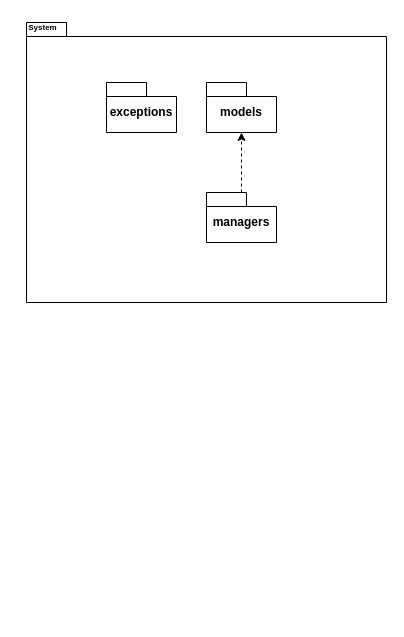
Before: projeto/diagrama_de_pacotes/diagrama_de_pacotes_sistema.drawio in pucmg-2023-02-lps-g2/VGS-Projeto-02, a draw.io diagram. Source tidied: cells renumbered, new cells numbered last; positions are measured from the earlier drawing's top-left corner, leaving out a move shared by most shapes. Both pictures are drawn from the tidied source at 100%, with x=0, y=0 at pixel (17, 17).
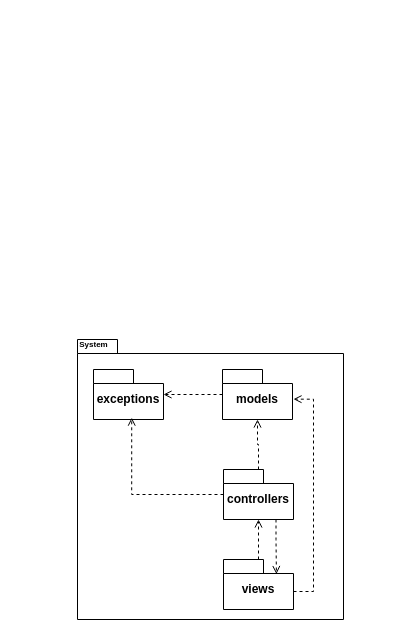
The same diagram, later.

Commit message (it also covers changes not shown here):
Corrigido Diagrama de Pacotes

Change to the diagram source:
```diff
@@
 <mxGraphModel>
   <root>
     <mxCell id="0" />
     <mxCell id="1" parent="0" />
     <mxCell id="2" style="shape=folder;fontStyle=1;spacingTop=10;tabWidth=40;tabHeight=14;tabPosition=left;html=1;whiteSpace=wrap;" parent="1" vertex="1">
-      <mxGeometry x="9" y="5" width="360" height="280" as="geometry" />
+      <mxGeometry x="60" y="322" width="266" height="280" as="geometry" />
     </mxCell>
     <mxCell id="3" value="exceptions" style="shape=folder;fontStyle=1;spacingTop=10;tabWidth=40;tabHeight=14;tabPosition=left;html=1;whiteSpace=wrap;" parent="1" vertex="1">
-      <mxGeometry x="89" y="65" width="70" height="50" as="geometry" />
+      <mxGeometry x="76" y="352" width="70" height="50" as="geometry" />
     </mxCell>
+    <mxCell id="8" style="edgeStyle=orthogonalEdgeStyle;rounded=0;jettySize=auto;html=1;endArrow=open;endFill=0;dashed=1;" parent="1" edge="1" source="4" target="3">
+      <mxGeometry relative="1" as="geometry" />
+    </mxCell>
     <mxCell id="4" value="&lt;div&gt;models&lt;/div&gt;" style="shape=folder;fontStyle=1;spacingTop=10;tabWidth=40;tabHeight=14;tabPosition=left;html=1;whiteSpace=wrap;" parent="1" vertex="1">
-      <mxGeometry x="189" y="65" width="70" height="50" as="geometry" />
+      <mxGeometry x="205" y="352" width="70" height="50" as="geometry" />
     </mxCell>
-    <mxCell id="5" style="edgeStyle=orthogonalEdgeStyle;rounded=0;jettySize=auto;html=1;dashed=1;" parent="1" edge="1" source="6" target="4">
-      <mxGeometry relative="1" as="geometry" />
-    </mxCell>
-    <mxCell id="6" value="managers" style="shape=folder;fontStyle=1;spacingTop=10;tabWidth=40;tabHeight=14;tabPosition=left;html=1;whiteSpace=wrap;" parent="1" vertex="1">
-      <mxGeometry x="189" y="175" width="70" height="50" as="geometry" />
-    </mxCell>
     <mxCell id="7" value="&lt;div style=&quot;font-size: 8px;&quot;&gt;System&lt;/div&gt;" style="text;html=1;align=center;verticalAlign=middle;strokeColor=none;fillColor=none;fontStyle=1;fontSize=8;" parent="1" vertex="1">
-      <mxGeometry width="50" height="20" as="geometry" />
+      <mxGeometry x="51" y="317" width="50" height="20" as="geometry" />
     </mxCell>
+    <mxCell id="9" style="edgeStyle=orthogonalEdgeStyle;rounded=0;jettySize=auto;html=1;entryX=0.5;entryY=1;entryDx=0;entryDy=0;entryPerimeter=0;dashed=1;endArrow=open;endFill=0;" parent="1" edge="1" source="11" target="15">
+      <mxGeometry relative="1" as="geometry" />
+    </mxCell>
+    <mxCell id="10" style="edgeStyle=orthogonalEdgeStyle;rounded=0;jettySize=auto;html=1;entryX=1.014;entryY=0.593;entryDx=0;entryDy=0;entryPerimeter=0;exitX=0;exitY=0;exitDx=70;exitDy=32;exitPerimeter=0;dashed=1;endArrow=open;endFill=0;" parent="1" edge="1" source="11" target="4">
+      <mxGeometry relative="1" as="geometry" />
+    </mxCell>
+    <mxCell id="11" value="views" style="shape=folder;fontStyle=1;spacingTop=10;tabWidth=40;tabHeight=14;tabPosition=left;html=1;whiteSpace=wrap;" parent="1" vertex="1">
+      <mxGeometry x="206" y="542" width="70" height="50" as="geometry" />
+    </mxCell>
+    <mxCell id="12" style="edgeStyle=orthogonalEdgeStyle;rounded=0;jettySize=auto;html=1;entryX=0.5;entryY=1;entryDx=0;entryDy=0;entryPerimeter=0;endArrow=open;endFill=0;dashed=1;" parent="1" edge="1" source="15" target="4">
+      <mxGeometry relative="1" as="geometry" />
+    </mxCell>
+    <mxCell id="13" style="edgeStyle=orthogonalEdgeStyle;rounded=0;jettySize=auto;html=1;entryX=0.756;entryY=0.291;entryDx=0;entryDy=0;entryPerimeter=0;exitX=0.75;exitY=1;exitDx=0;exitDy=0;exitPerimeter=0;endArrow=open;endFill=0;dashed=1;" parent="1" edge="1" source="15" target="11">
+      <mxGeometry relative="1" as="geometry" />
+    </mxCell>
+    <mxCell id="14" style="edgeStyle=orthogonalEdgeStyle;rounded=0;jettySize=auto;html=1;entryX=0.546;entryY=0.962;entryDx=0;entryDy=0;entryPerimeter=0;dashed=1;endArrow=open;endFill=0;" parent="1" edge="1" source="15" target="3">
+      <mxGeometry relative="1" as="geometry" />
+    </mxCell>
+    <mxCell id="15" value="controllers" style="shape=folder;fontStyle=1;spacingTop=10;tabWidth=40;tabHeight=14;tabPosition=left;html=1;whiteSpace=wrap;" parent="1" vertex="1">
+      <mxGeometry x="206" y="452" width="70" height="50" as="geometry" />
+    </mxCell>
   </root>
 </mxGraphModel>
```
